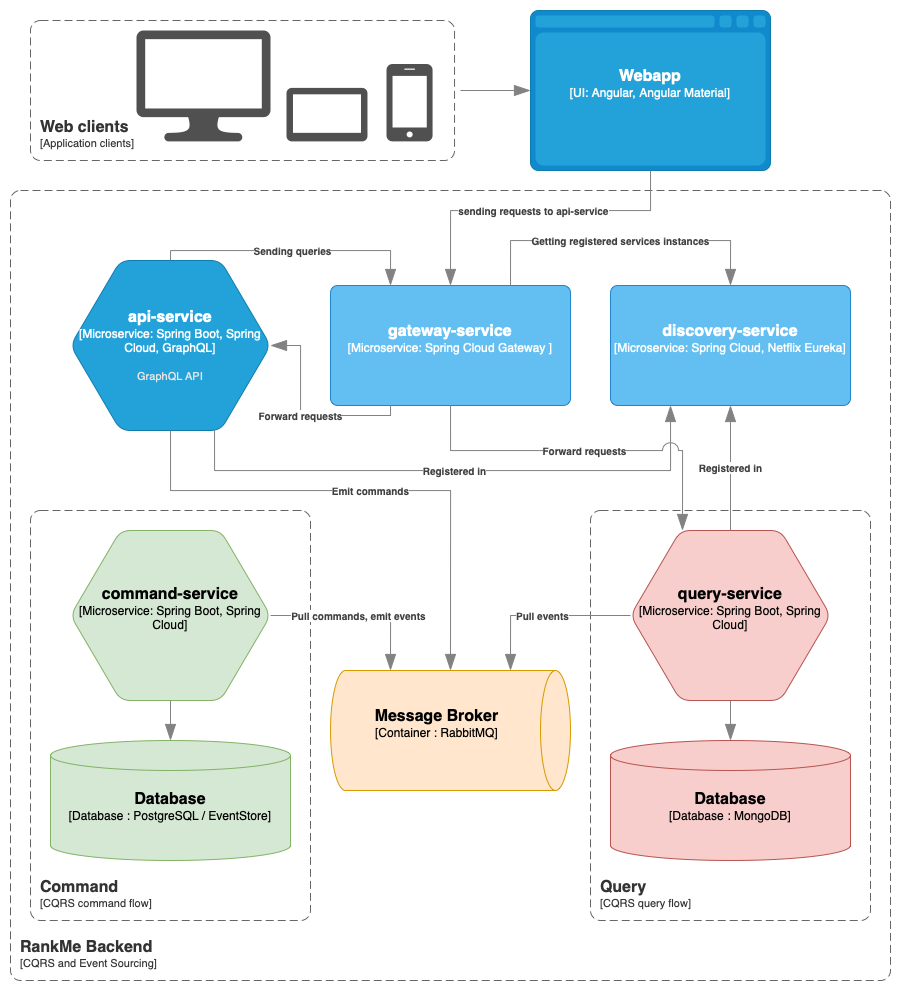
Above: architecture-diagram.png in tomek199/RankMe (draw.io), before the change. Source tidied: cells renumbered, new cells last; positions are measured from the earlier drawing's top-left corner, leaving out a move shared by most shapes.
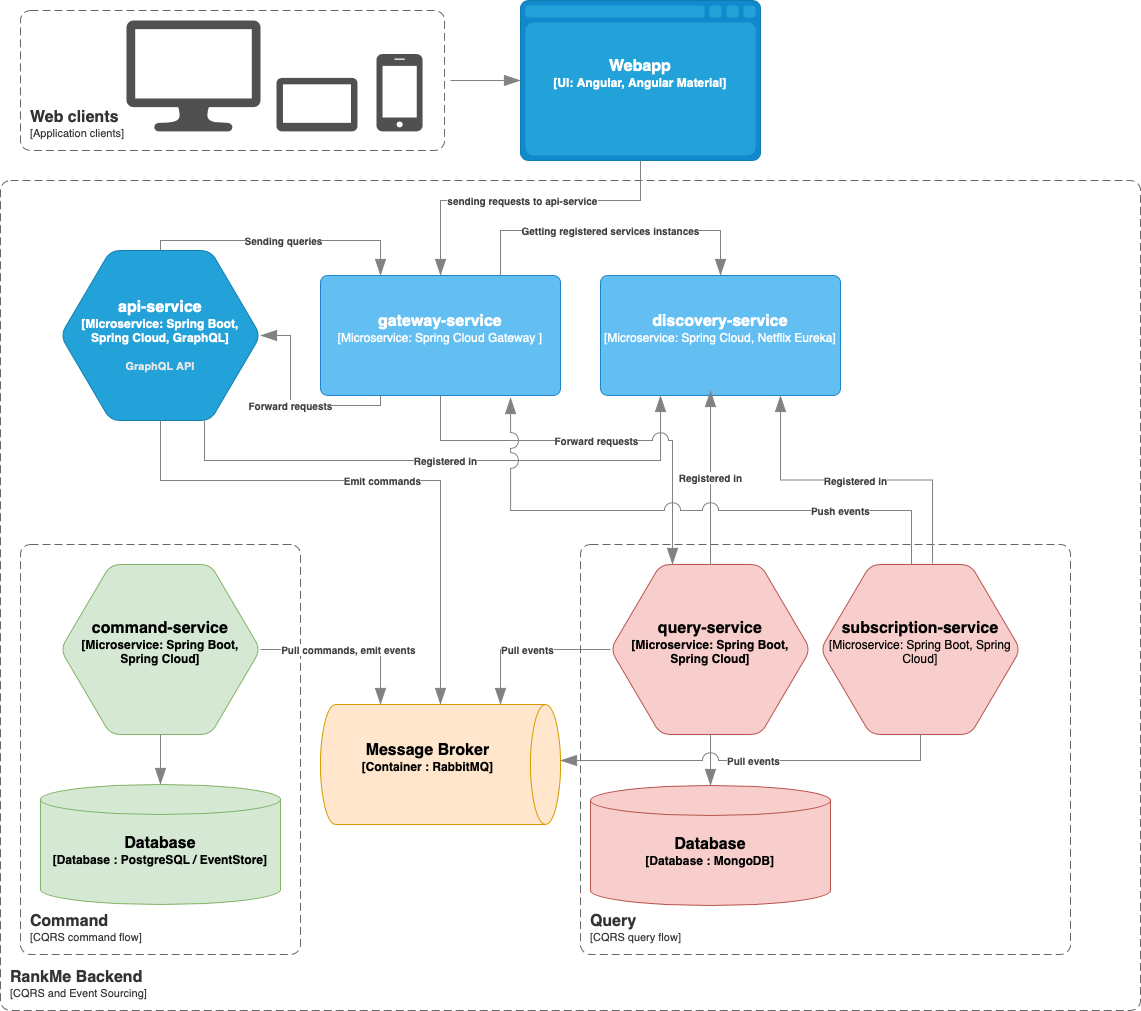
Later version of the same file.

The edit, as a diff of the source:
```diff
@@ -9,17 +9,17 @@
     </object>
     <object id="3" label="&lt;font style=&quot;font-size: 16px&quot;&gt;&lt;b&gt;%c4Type%&lt;/font&gt;&lt;div&gt;[%c4Container%:&amp;nbsp;%c4Technology%]&lt;/div&gt;&lt;br&gt;&lt;div&gt;&lt;font style=&quot;font-size: 11px&quot;&gt;&lt;font color=&quot;#E6E6E6&quot;&gt;%c4Description%&lt;/font&gt;&lt;/div&gt;" c4Container="Container " c4Description="" c4Technology="RabbitMQ" c4Type="Message Broker" placeholders="1">
       <mxCell style="shape=cylinder3;size=15;direction=south;whiteSpace=wrap;html=1;boundedLbl=1;rounded=0;labelBackgroundColor=none;fillColor=#ffe6cc;fontSize=12;align=center;strokeColor=#d79b00;points=[[0.5,0,0],[1,0.25,0],[1,0.5,0],[1,0.75,0],[0.5,1,0],[0,0.75,0],[0,0.5,0],[0,0.25,0]];" parent="1" vertex="1">
-        <mxGeometry x="320" y="660" width="240" height="120" as="geometry" />
+        <mxGeometry x="320" y="704" width="240" height="120" as="geometry" />
       </mxCell>
     </object>
     <object id="4" label="&lt;font style=&quot;font-size: 16px&quot;&gt;&lt;b&gt;%c4Type%&lt;/font&gt;&lt;div&gt;[%c4Container%:&amp;nbsp;%c4Technology%]&lt;/div&gt;&lt;br&gt;&lt;div&gt;&lt;font style=&quot;font-size: 11px&quot;&gt;&lt;font color=&quot;#E6E6E6&quot;&gt;%c4Description%&lt;/font&gt;&lt;/div&gt;" c4Container="Microservice" c4Description="" c4Technology="Spring Boot, Spring Cloud" c4Type="query-service" placeholders="1">
       <mxCell style="shape=hexagon;size=50;perimeter=hexagonPerimeter2;whiteSpace=wrap;html=1;fixedSize=1;rounded=1;labelBackgroundColor=none;fillColor=#f8cecc;fontSize=12;align=center;strokeColor=#b85450;points=[[0.5,0,0],[1,0.25,0],[1,0.5,0],[1,0.75,0],[0.5,1,0],[0,0.75,0],[0,0.5,0],[0,0.25,0]];" parent="1" vertex="1">
-        <mxGeometry x="620" y="520" width="200" height="170" as="geometry" />
+        <mxGeometry x="610" y="564" width="200" height="170" as="geometry" />
       </mxCell>
     </object>
     <object id="5" label="&lt;font style=&quot;font-size: 16px&quot;&gt;&lt;b&gt;%c4Type%&lt;/font&gt;&lt;div&gt;[%c4Container%:&amp;nbsp;%c4Technology%]&lt;/div&gt;&lt;br&gt;&lt;div&gt;&lt;font style=&quot;font-size: 11px&quot;&gt;&lt;font color=&quot;#E6E6E6&quot;&gt;%c4Description%&lt;/font&gt;&lt;/div&gt;" c4Container="Microservice" c4Description="" c4Technology="Spring Boot, Spring Cloud" c4Type="command-service" placeholders="1">
       <mxCell style="shape=hexagon;size=50;perimeter=hexagonPerimeter2;whiteSpace=wrap;html=1;fixedSize=1;rounded=1;labelBackgroundColor=none;fillColor=#d5e8d4;fontSize=12;align=center;strokeColor=#82b366;points=[[0.5,0,0],[1,0.25,0],[1,0.5,0],[1,0.75,0],[0.5,1,0],[0,0.75,0],[0,0.5,0],[0,0.25,0]];" parent="1" vertex="1">
-        <mxGeometry x="60" y="520" width="200" height="170" as="geometry" />
+        <mxGeometry x="60" y="564" width="200" height="170" as="geometry" />
       </mxCell>
     </object>
     <mxCell id="6" style="sketch=0;shadow=0;dashed=0;html=1;strokeColor=none;fillColor=#505050;labelPosition=center;verticalLabelPosition=bottom;verticalAlign=top;align=center;shape=mxgraph.office.devices.lcd_monitor;" parent="1" vertex="1">
@@ -38,7 +38,7 @@
     </object>
     <object id="10" label="&lt;font style=&quot;font-size: 16px&quot;&gt;&lt;b&gt;&lt;div style=&quot;text-align: left&quot;&gt;%c4Name%&lt;/div&gt;&lt;/b&gt;&lt;/font&gt;&lt;div style=&quot;text-align: left&quot;&gt;[%c4Application%]&lt;/div&gt;" c4Application="CQRS and Event Sourcing" c4Name="RankMe Backend" c4Type="" placeholders="1">
       <mxCell style="rounded=1;fontSize=11;whiteSpace=wrap;html=1;dashed=1;arcSize=20;fillColor=none;strokeColor=#666666;fontColor=#333333;labelBackgroundColor=none;align=left;verticalAlign=bottom;labelBorderColor=none;spacingTop=0;spacing=10;dashPattern=8 4;perimeter=rectanglePerimeter;noLabel=0;labelPadding=0;absoluteArcSize=1;" parent="1" vertex="1">
-        <mxGeometry y="180" width="880" height="790" as="geometry" />
+        <mxGeometry y="180" width="1140" height="830" as="geometry" />
       </mxCell>
     </object>
     <object id="11" label="&lt;font style=&quot;font-size: 16px&quot;&gt;&lt;b&gt;%c4Type%&lt;/font&gt;&lt;div&gt;[%c4Container%:&amp;nbsp;%c4Technology%]&lt;/div&gt;&lt;br&gt;&lt;div&gt;&lt;font style=&quot;font-size: 11px&quot;&gt;&lt;font color=&quot;#E6E6E6&quot;&gt;%c4Description%&lt;/font&gt;&lt;/div&gt;" c4Container="Microservice" c4Description="GraphQL API" c4Technology="Spring Boot, Spring Cloud, GraphQL" c4Type="api-service" placeholders="1">
@@ -48,7 +48,7 @@
     </object>
     <object id="12" label="&lt;font style=&quot;font-size: 16px&quot;&gt;&lt;b&gt;&lt;div style=&quot;text-align: left&quot;&gt;%c4Name%&lt;/div&gt;&lt;/b&gt;&lt;/font&gt;&lt;div style=&quot;text-align: left&quot;&gt;[%c4Application%]&lt;/div&gt;" c4Application="CQRS command flow" c4Name="Command" c4Type="" placeholders="1">
       <mxCell style="rounded=1;fontSize=11;whiteSpace=wrap;html=1;dashed=1;arcSize=20;fillColor=none;strokeColor=#666666;fontColor=#333333;labelBackgroundColor=none;align=left;verticalAlign=bottom;labelBorderColor=none;spacingTop=0;spacing=10;dashPattern=8 4;perimeter=rectanglePerimeter;noLabel=0;labelPadding=0;absoluteArcSize=1;" parent="1" vertex="1">
-        <mxGeometry x="20" y="500" width="280" height="410" as="geometry" />
+        <mxGeometry x="20" y="544" width="280" height="410" as="geometry" />
       </mxCell>
     </object>
     <object id="13" label="&lt;font style=&quot;font-size: 16px&quot;&gt;&lt;b&gt;%c4Name%&lt;/b&gt;&lt;/font&gt;&lt;div&gt;[%c4Type%: %c4Technology%]&lt;/div&gt;&lt;br&gt;&lt;div&gt;&lt;font style=&quot;font-size: 11px&quot;&gt;%c4Description%&lt;/font&gt;&lt;/div&gt;" c4Description="" c4Name="gateway-service" c4Technology="Spring Cloud Gateway " c4Type="Microservice" placeholders="1">
@@ -58,22 +58,24 @@
     </object>
     <object id="14" label="&lt;font style=&quot;font-size: 16px&quot;&gt;&lt;b&gt;&lt;div style=&quot;text-align: left&quot;&gt;%c4Name%&lt;/div&gt;&lt;/b&gt;&lt;/font&gt;&lt;div style=&quot;text-align: left&quot;&gt;[%c4Application%]&lt;/div&gt;" c4Application="CQRS query flow" c4Name="Query" c4Type="" placeholders="1">
       <mxCell style="rounded=1;fontSize=11;whiteSpace=wrap;html=1;dashed=1;arcSize=20;fillColor=none;strokeColor=#666666;fontColor=#333333;labelBackgroundColor=none;align=left;verticalAlign=bottom;labelBorderColor=none;spacingTop=0;spacing=10;dashPattern=8 4;perimeter=rectanglePerimeter;noLabel=0;labelPadding=0;absoluteArcSize=1;" parent="1" vertex="1">
-        <mxGeometry x="580" y="500" width="280" height="410" as="geometry" />
+        <mxGeometry x="580" y="544" width="490" height="410" as="geometry" />
       </mxCell>
     </object>
     <object id="15" label="&lt;font style=&quot;font-size: 16px&quot;&gt;&lt;b&gt;%c4Type%&lt;/font&gt;&lt;div&gt;[%c4Container%:&amp;nbsp;%c4Technology%]&lt;/div&gt;&lt;br&gt;&lt;div&gt;&lt;font style=&quot;font-size: 11px&quot;&gt;&lt;font color=&quot;#E6E6E6&quot;&gt;%c4Description%&lt;/font&gt;&lt;/div&gt;" c4Container="Database " c4Description="" c4Technology="PostgreSQL / EventStore" c4Type="Database" placeholders="1">
       <mxCell style="shape=cylinder3;size=15;whiteSpace=wrap;html=1;boundedLbl=1;rounded=0;labelBackgroundColor=none;fillColor=#d5e8d4;fontSize=12;align=center;strokeColor=#82b366;points=[[0.5,0,0],[1,0.25,0],[1,0.5,0],[1,0.75,0],[0.5,1,0],[0,0.75,0],[0,0.5,0],[0,0.25,0]];" parent="1" vertex="1">
-        <mxGeometry x="40" y="730" width="240" height="120" as="geometry" />
+        <mxGeometry x="40" y="784" width="240" height="120" as="geometry" />
       </mxCell>
     </object>
     <object id="16" label="&lt;font style=&quot;font-size: 16px&quot;&gt;&lt;b&gt;%c4Type%&lt;/font&gt;&lt;div&gt;[%c4Container%:&amp;nbsp;%c4Technology%]&lt;/div&gt;&lt;br&gt;&lt;div&gt;&lt;font style=&quot;font-size: 11px&quot;&gt;&lt;font color=&quot;#E6E6E6&quot;&gt;%c4Description%&lt;/font&gt;&lt;/div&gt;" c4Container="Database " c4Description="" c4Technology="MongoDB" c4Type="Database" placeholders="1">
       <mxCell style="shape=cylinder3;size=15;whiteSpace=wrap;html=1;boundedLbl=1;rounded=0;labelBackgroundColor=none;fillColor=#f8cecc;fontSize=12;align=center;strokeColor=#b85450;points=[[0.5,0,0],[1,0.25,0],[1,0.5,0],[1,0.75,0],[0.5,1,0],[0,0.75,0],[0,0.5,0],[0,0.25,0]];" parent="1" vertex="1">
-        <mxGeometry x="600" y="730" width="240" height="120" as="geometry" />
+        <mxGeometry x="590" y="785" width="240" height="120" as="geometry" />
       </mxCell>
     </object>
     <object id="17" label="&lt;div style=&quot;text-align: left&quot;&gt;&lt;div style=&quot;text-align: center&quot;&gt;&lt;b&gt;%c4Description%&lt;/b&gt;&lt;/div&gt;" c4Description="Registered in" c4Type="Relationship" placeholders="1">
-      <mxCell style="endArrow=blockThin;html=1;fontSize=10;fontColor=#404040;strokeWidth=1;endFill=1;strokeColor=#828282;elbow=vertical;endSize=14;startSize=14;jumpStyle=arc;jumpSize=16;rounded=0;edgeStyle=orthogonalEdgeStyle;exitX=0.5;exitY=0;exitDx=0;exitDy=0;exitPerimeter=0;entryX=0.5;entryY=1;entryDx=0;entryDy=0;entryPerimeter=0;" parent="1" edge="1" source="4" target="9">
-        <mxGeometry relative="1" as="geometry" />
+      <mxCell style="endArrow=blockThin;html=1;fontSize=10;fontColor=#404040;strokeWidth=1;endFill=1;strokeColor=#828282;elbow=vertical;endSize=14;startSize=14;jumpStyle=arc;jumpSize=16;rounded=0;edgeStyle=orthogonalEdgeStyle;exitX=0.5;exitY=0;exitDx=0;exitDy=0;exitPerimeter=0;" parent="1" edge="1" source="4">
+        <mxGeometry relative="1" as="geometry">
+          <mxPoint x="710" y="390" as="targetPoint" />
+        </mxGeometry>
       </mxCell>
     </object>
     <object id="18" label="&lt;div style=&quot;text-align: left&quot;&gt;&lt;div style=&quot;text-align: center&quot;&gt;&lt;b&gt;%c4Description%&lt;/b&gt;&lt;/div&gt;" c4Description="Emit commands" c4Type="Relationship" placeholders="1">
@@ -122,7 +124,7 @@
       </mxCell>
     </object>
     <object id="24" label="" c4Type="Relationship" placeholders="1">
-      <mxCell style="endArrow=blockThin;html=1;fontSize=10;fontColor=#404040;strokeWidth=1;endFill=1;strokeColor=#828282;elbow=vertical;endSize=14;startSize=14;jumpStyle=arc;jumpSize=16;rounded=0;edgeStyle=orthogonalEdgeStyle;exitX=0.5;exitY=1;exitDx=0;exitDy=0;exitPerimeter=0;entryX=0.5;entryY=0;entryDx=0;entryDy=0;entryPerimeter=0;" parent="1" edge="1" source="4" target="16">
+      <mxCell style="endArrow=blockThin;html=1;fontSize=10;fontColor=#404040;strokeWidth=1;endFill=1;strokeColor=#828282;elbow=vertical;endSize=14;startSize=14;jumpStyle=arc;jumpSize=16;rounded=0;edgeStyle=orthogonalEdgeStyle;entryX=0.5;entryY=0;entryDx=0;entryDy=0;entryPerimeter=0;exitX=0.5;exitY=1;exitDx=0;exitDy=0;exitPerimeter=0;" parent="1" edge="1" source="4" target="16">
         <mxGeometry relative="1" as="geometry" />
       </mxCell>
     </object>
@@ -159,8 +161,9 @@
       </mxCell>
     </object>
     <object id="30" label="&lt;div style=&quot;text-align: left&quot;&gt;&lt;div style=&quot;text-align: center&quot;&gt;&lt;b&gt;%c4Description%&lt;/b&gt;&lt;/div&gt;" c4Description="Forward requests" c4Type="Relationship" placeholders="1">
-      <mxCell style="endArrow=blockThin;html=1;fontSize=10;fontColor=#404040;strokeWidth=1;endFill=1;strokeColor=#828282;elbow=vertical;endSize=14;startSize=14;jumpStyle=arc;jumpSize=16;rounded=0;edgeStyle=orthogonalEdgeStyle;entryX=0.26;entryY=0;entryDx=0;entryDy=0;entryPerimeter=0;exitX=0.5;exitY=1;exitDx=0;exitDy=0;exitPerimeter=0;" parent="1" edge="1" source="13" target="4">
+      <mxCell style="endArrow=blockThin;html=1;fontSize=10;fontColor=#404040;strokeWidth=1;endFill=1;strokeColor=#828282;elbow=vertical;endSize=14;startSize=14;jumpStyle=arc;jumpSize=16;rounded=0;edgeStyle=orthogonalEdgeStyle;exitX=0.5;exitY=1;exitDx=0;exitDy=0;exitPerimeter=0;" parent="1" edge="1" source="13">
         <mxGeometry relative="1" as="geometry">
+          <mxPoint x="672" y="564" as="targetPoint" />
           <Array as="points">
             <mxPoint x="440" y="440" />
             <mxPoint x="672" y="440" />
@@ -168,5 +171,36 @@
         </mxGeometry>
       </mxCell>
     </object>
+    <object id="31" label="&lt;font style=&quot;font-size: 16px&quot;&gt;&lt;b&gt;%c4Type%&lt;/b&gt;&lt;/font&gt;&lt;div&gt;[%c4Container%:&amp;nbsp;%c4Technology%]&lt;/div&gt;&lt;br&gt;&lt;div&gt;&lt;font style=&quot;font-size: 11px&quot;&gt;&lt;font color=&quot;#E6E6E6&quot;&gt;%c4Description%&lt;/font&gt;&lt;/div&gt;" c4Container="Microservice" c4Description="" c4Technology="Spring Boot, Spring Cloud" c4Type="subscription-service" placeholders="1">
+      <mxCell style="shape=hexagon;size=50;perimeter=hexagonPerimeter2;whiteSpace=wrap;html=1;fixedSize=1;rounded=1;labelBackgroundColor=none;fillColor=#f8cecc;fontSize=12;align=center;strokeColor=#b85450;points=[[0.5,0,0],[1,0.25,0],[1,0.5,0],[1,0.75,0],[0.5,1,0],[0,0.75,0],[0,0.5,0],[0,0.25,0]];" parent="1" vertex="1">
+        <mxGeometry x="820" y="564" width="200" height="170" as="geometry" />
+      </mxCell>
+    </object>
+    <object id="32" label="&lt;div style=&quot;text-align: left&quot;&gt;&lt;div style=&quot;text-align: center&quot;&gt;&lt;b&gt;%c4Description%&lt;/b&gt;&lt;/div&gt;" c4Description="Registered in" c4Type="Relationship" placeholders="1">
+      <mxCell style="endArrow=blockThin;html=1;fontSize=10;fontColor=#404040;strokeWidth=1;endFill=1;strokeColor=#828282;elbow=vertical;endSize=14;startSize=14;jumpStyle=arc;jumpSize=16;rounded=0;edgeStyle=orthogonalEdgeStyle;entryX=0.75;entryY=1;entryDx=0;entryDy=0;entryPerimeter=0;exitX=0.56;exitY=-0.006;exitDx=0;exitDy=0;exitPerimeter=0;" parent="1" edge="1" source="31" target="9">
+        <mxGeometry relative="1" as="geometry" />
+      </mxCell>
+    </object>
+    <object id="33" label="&lt;div style=&quot;text-align: left&quot;&gt;&lt;div style=&quot;text-align: center&quot;&gt;&lt;b&gt;%c4Description%&lt;/b&gt;&lt;/div&gt;" c4Description="Pull events" c4Type="Relationship" placeholders="1">
+      <mxCell style="endArrow=blockThin;html=1;fontSize=10;fontColor=#404040;strokeWidth=1;endFill=1;strokeColor=#828282;elbow=vertical;endSize=14;startSize=14;jumpStyle=arc;jumpSize=16;rounded=0;edgeStyle=orthogonalEdgeStyle;exitX=0.5;exitY=1;exitDx=0;exitDy=0;exitPerimeter=0;" parent="1" edge="1" source="31">
+        <mxGeometry relative="1" as="geometry">
+          <mxPoint x="560" y="760" as="targetPoint" />
+          <Array as="points">
+            <mxPoint x="920" y="760" />
+            <mxPoint x="560" y="760" />
+          </Array>
+        </mxGeometry>
+      </mxCell>
+    </object>
+    <object id="34" label="&lt;div style=&quot;text-align: left&quot;&gt;&lt;div style=&quot;text-align: center&quot;&gt;&lt;b&gt;%c4Description%&lt;/b&gt;&lt;/div&gt;" c4Description="Push events" c4Type="Relationship" placeholders="1">
+      <mxCell style="endArrow=blockThin;html=1;fontSize=10;fontColor=#404040;strokeWidth=1;endFill=1;strokeColor=#828282;elbow=vertical;endSize=14;startSize=14;jumpStyle=arc;jumpSize=16;rounded=0;edgeStyle=orthogonalEdgeStyle;entryX=0.792;entryY=1.017;entryDx=0;entryDy=0;entryPerimeter=0;exitX=0.455;exitY=0;exitDx=0;exitDy=0;exitPerimeter=0;" parent="1" edge="1" source="31" target="13">
+        <mxGeometry x="-0.56" relative="1" as="geometry">
+          <Array as="points">
+            <mxPoint x="911" y="510" />
+            <mxPoint x="510" y="510" />
+          </Array>
+        </mxGeometry>
+      </mxCell>
+    </object>
   </root>
 </mxGraphModel>
```
